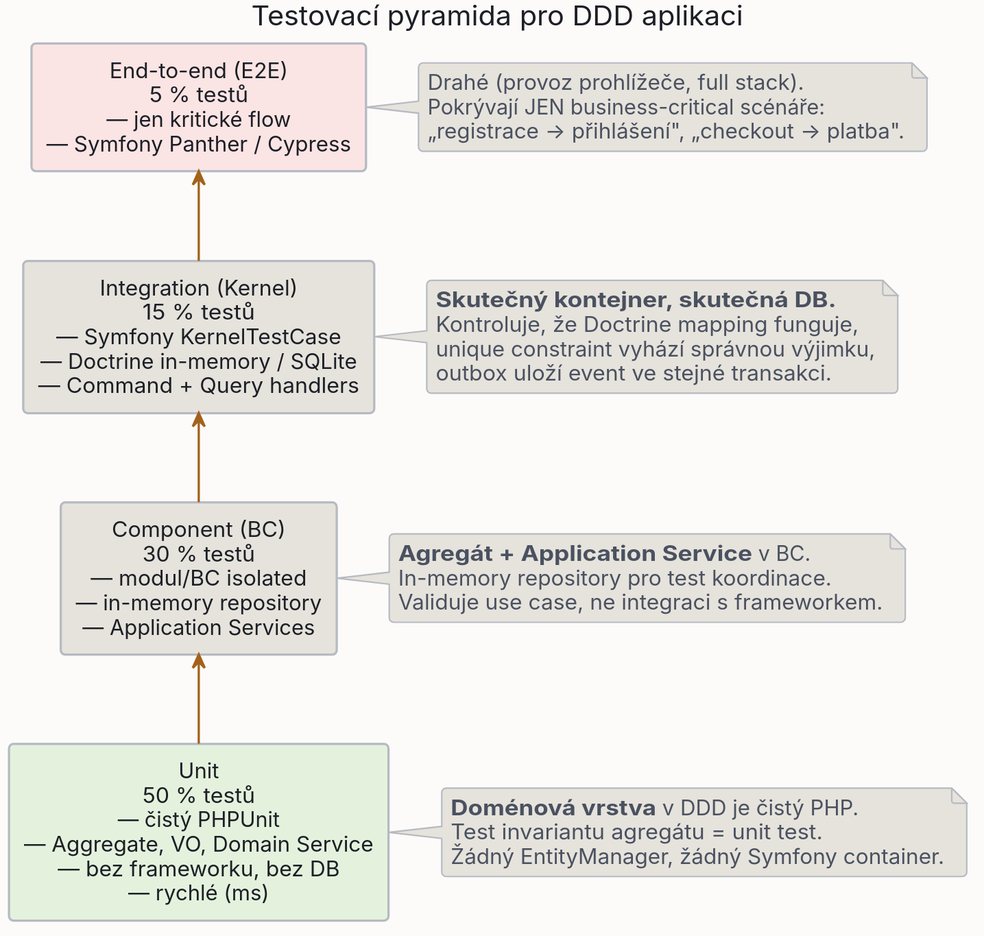
The PlantUML diagram public/images/diagrams/18_testing_ddd/test_pyramid-light.svg in MichalKatuscak/ddd-v-symfony, before a commit.
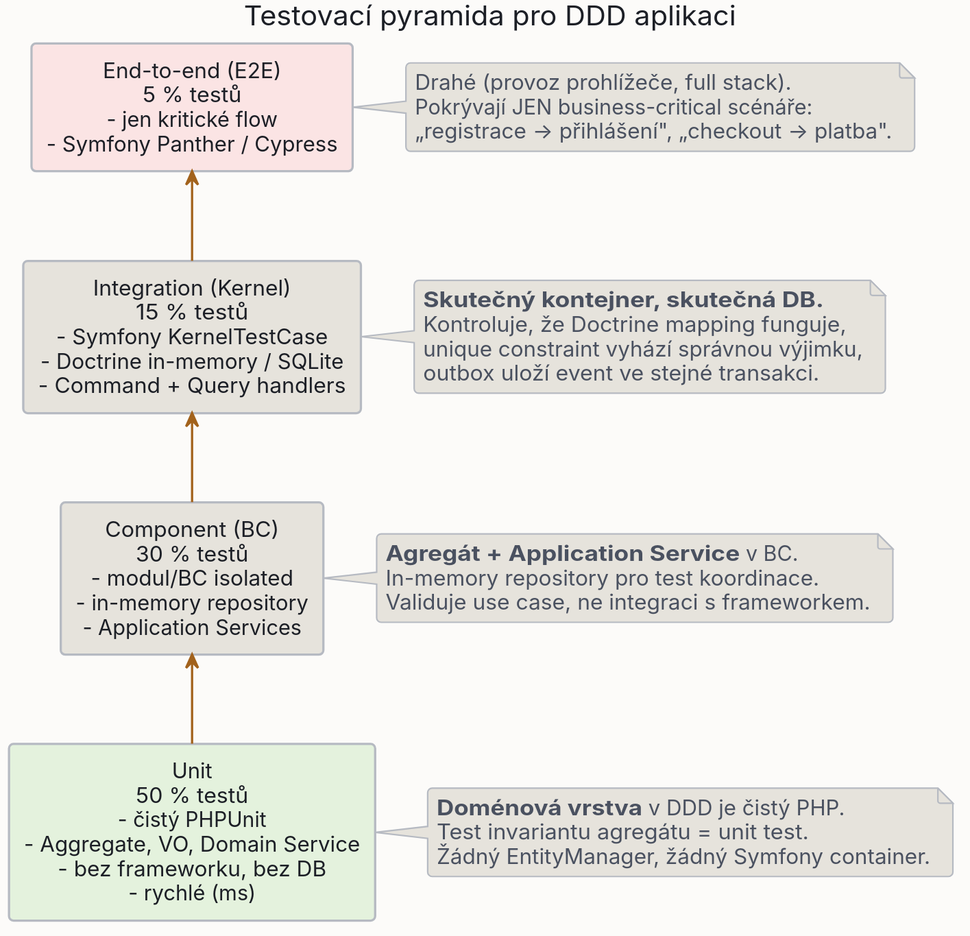
Above is the later version.

The edit, as a diff of the source:
```diff
@@ -187,10 +187,10 @@
   FontColor #1c1f26
 }
 
-rectangle "End-to-end (E2E)\n5 % testů\n— jen kritické flow\n— Symfony Panther / Cypress" as e2e #fbe4e4
-rectangle "Integration (Kernel)\n15 % testů\n— Symfony KernelTestCase\n— Doctrine in-memory / SQLite\n— Command + Query handlers" as int #e6e3dc
-rectangle "Component (BC)\n30 % testů\n— modul/BC isolated\n— in-memory repository\n— Application Services" as comp #e6e3dc
-rectangle "Unit\n50 % testů\n— čistý PHPUnit\n— Aggregate, VO, Domain Service\n— bez frameworku, bez DB\n— rychlé (ms)" as unit #e4f2dd
+rectangle "End-to-end (E2E)\n5 % testů\n- jen kritické flow\n- Symfony Panther / Cypress" as e2e #fbe4e4
+rectangle "Integration (Kernel)\n15 % testů\n- Symfony KernelTestCase\n- Doctrine in-memory / SQLite\n- Command + Query handlers" as int #e6e3dc
+rectangle "Component (BC)\n30 % testů\n- modul/BC isolated\n- in-memory repository\n- Application Services" as comp #e6e3dc
+rectangle "Unit\n50 % testů\n- čistý PHPUnit\n- Aggregate, VO, Domain Service\n- bez frameworku, bez DB\n- rychlé (ms)" as unit #e4f2dd
 
 unit -[#a2621c]up-> comp
 comp -[#a2621c]up-> int
```
